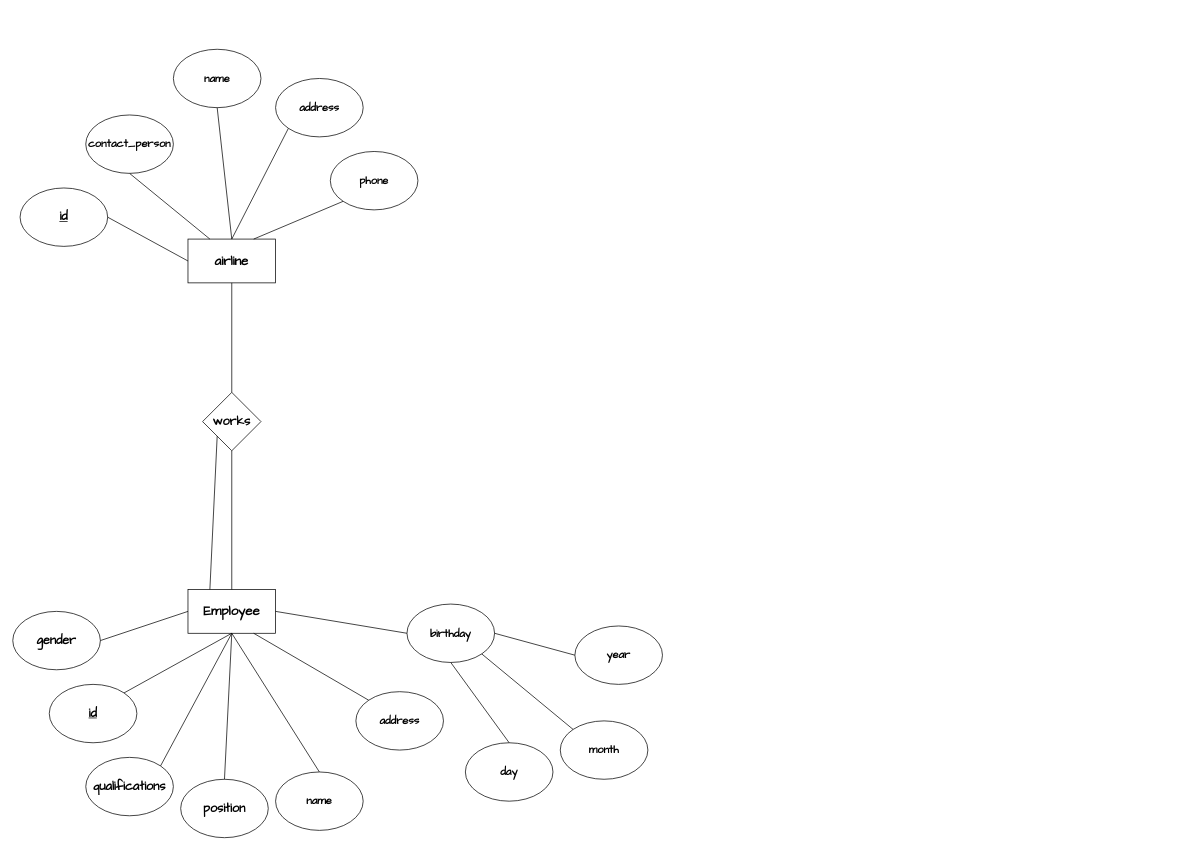
Above: Erd5.drawio in you22ef/ERDs (draw.io), before the change. Source tidied: cells renumbered, new cells numbered last; positions are measured from the earlier drawing's top-left corner, leaving out a move shared by most shapes. Both pictures are drawn from the tidied source at 73%, with x=0, y=0 at pixel (12, 49).
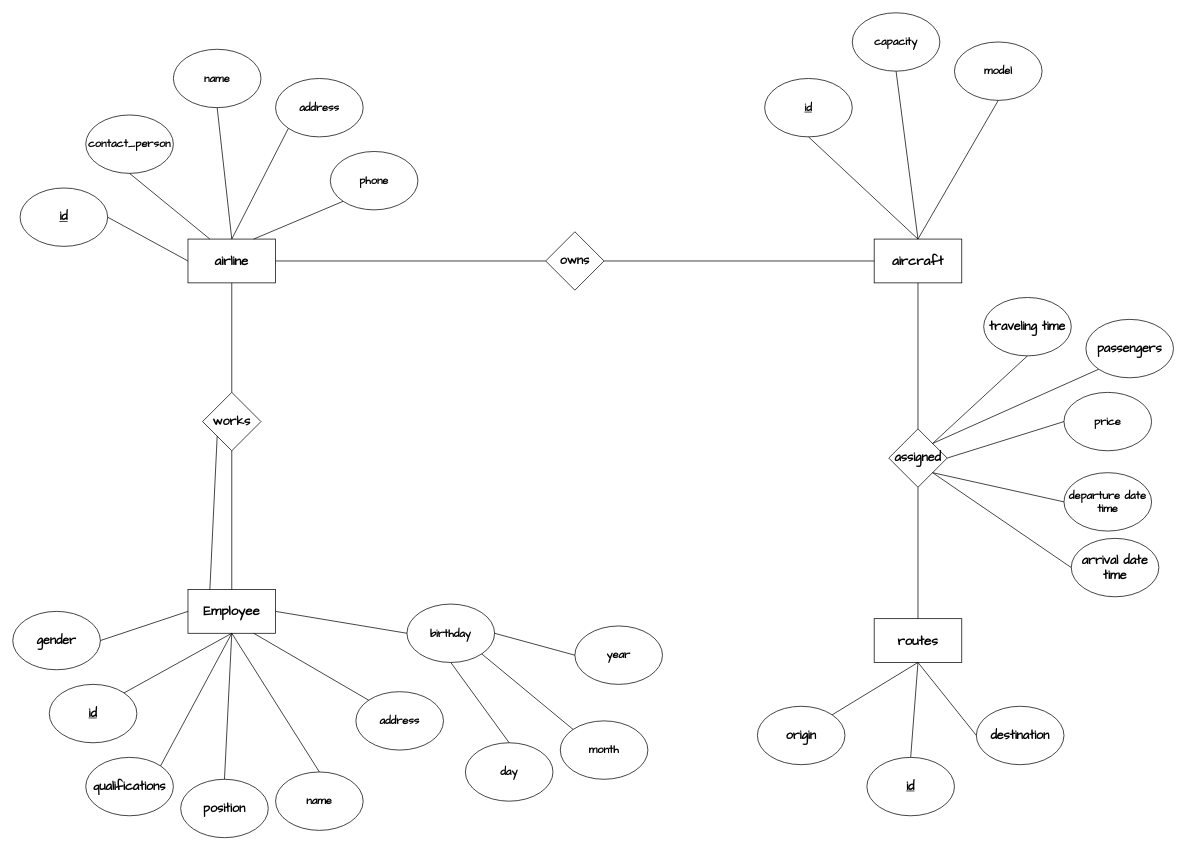
The same page after the edit.

Unchanged cells that the change refers to:
```xml
<mxCell id="2" value="&lt;font size=&quot;1&quot; face=&quot;Architects Daughter&quot; style=&quot;&quot;&gt;&lt;b style=&quot;font-size: 18px;&quot;&gt;airline&lt;/b&gt;&lt;/font&gt;" style="rounded=0;whiteSpace=wrap;html=1;" parent="1" vertex="1">
  <mxGeometry x="240" y="260" width="120" height="60" as="geometry" />
</mxCell>
```

What changed in the source:
```diff
@@
+    <mxCell id="38" value="&lt;font size=&quot;1&quot; face=&quot;Architects Daughter&quot; style=&quot;&quot;&gt;&lt;b style=&quot;font-size: 18px;&quot;&gt;aircraft&lt;/b&gt;&lt;/font&gt;" style="rounded=0;whiteSpace=wrap;html=1;" parent="1" vertex="1">
+      <mxGeometry x="1180" y="260" width="120" height="60" as="geometry" />
+    </mxCell>
+    <mxCell id="39" value="&lt;font style=&quot;font-size: 15px;&quot; face=&quot;Architects Daughter&quot;&gt;&lt;b&gt;&lt;u&gt;id&lt;/u&gt;&lt;/b&gt;&lt;/font&gt;" style="ellipse;whiteSpace=wrap;html=1;" parent="1" vertex="1">
+      <mxGeometry x="1030" y="40" width="120" height="80" as="geometry" />
+    </mxCell>
+    <mxCell id="40" value="&lt;font style=&quot;font-size: 15px;&quot; face=&quot;Architects Daughter&quot;&gt;&lt;b&gt;capacity&lt;/b&gt;&lt;/font&gt;" style="ellipse;whiteSpace=wrap;html=1;" parent="1" vertex="1">
+      <mxGeometry x="1150" y="-50" width="120" height="80" as="geometry" />
+    </mxCell>
+    <mxCell id="41" value="&lt;font style=&quot;font-size: 15px;&quot; face=&quot;Architects Daughter&quot;&gt;&lt;b&gt;model&lt;/b&gt;&lt;/font&gt;" style="ellipse;whiteSpace=wrap;html=1;" parent="1" vertex="1">
+      <mxGeometry x="1290" y="-10" width="120" height="80" as="geometry" />
+    </mxCell>
+    <mxCell id="42" style="endArrow=none;html=1;rounded=0;entryX=0.5;entryY=1;entryDx=0;entryDy=0;exitX=0.5;exitY=0;exitDx=0;exitDy=0;" parent="1" edge="1" source="38" target="39">
+      <mxGeometry relative="1" as="geometry" />
+    </mxCell>
+    <mxCell id="43" style="endArrow=none;html=1;rounded=0;entryX=0.5;entryY=1;entryDx=0;entryDy=0;exitX=0.5;exitY=0;exitDx=0;exitDy=0;" parent="1" edge="1" source="38" target="40">
+      <mxGeometry relative="1" as="geometry" />
+    </mxCell>
+    <mxCell id="44" style="endArrow=none;html=1;rounded=0;exitX=0.5;exitY=0;exitDx=0;exitDy=0;entryX=0.5;entryY=1;entryDx=0;entryDy=0;" parent="1" edge="1" source="38" target="41">
+      <mxGeometry relative="1" as="geometry" />
+    </mxCell>
+    <mxCell id="45" value="&lt;font face=&quot;Architects Daughter&quot; style=&quot;font-size: 17px;&quot;&gt;&lt;b&gt;owns&lt;/b&gt;&lt;/font&gt;" style="rhombus;whiteSpace=wrap;html=1;" parent="1" vertex="1">
+      <mxGeometry x="730" y="250" width="80" height="80" as="geometry" />
+    </mxCell>
+    <mxCell id="46" style="endArrow=none;html=1;rounded=0;entryX=0;entryY=0.5;entryDx=0;entryDy=0;exitX=1;exitY=0.5;exitDx=0;exitDy=0;" parent="1" edge="1" source="2" target="45">
+      <mxGeometry relative="1" as="geometry" />
+    </mxCell>
+    <mxCell id="47" style="endArrow=none;html=1;rounded=0;entryX=0;entryY=0.5;entryDx=0;entryDy=0;exitX=1;exitY=0.5;exitDx=0;exitDy=0;" parent="1" edge="1" source="45" target="38">
+      <mxGeometry relative="1" as="geometry" />
+    </mxCell>
+    <mxCell id="48" value="&lt;font size=&quot;1&quot; face=&quot;Architects Daughter&quot; style=&quot;&quot;&gt;&lt;b style=&quot;font-size: 18px;&quot;&gt;routes&lt;/b&gt;&lt;/font&gt;" style="rounded=0;whiteSpace=wrap;html=1;" parent="1" vertex="1">
+      <mxGeometry x="1180" y="780" width="120" height="60" as="geometry" />
+    </mxCell>
+    <mxCell id="49" value="&lt;font face=&quot;Architects Daughter&quot; style=&quot;font-size: 17px;&quot;&gt;&lt;b&gt;assigned&lt;/b&gt;&lt;/font&gt;" style="rhombus;whiteSpace=wrap;html=1;" parent="1" vertex="1">
+      <mxGeometry x="1200" y="520" width="80" height="80" as="geometry" />
+    </mxCell>
+    <mxCell id="50" style="endArrow=none;html=1;rounded=0;entryX=0.5;entryY=1;entryDx=0;entryDy=0;exitX=0.5;exitY=0;exitDx=0;exitDy=0;" parent="1" edge="1" source="49" target="38">
+      <mxGeometry relative="1" as="geometry" />
+    </mxCell>
+    <mxCell id="51" style="endArrow=none;html=1;rounded=0;entryX=0.5;entryY=1;entryDx=0;entryDy=0;exitX=0.5;exitY=0;exitDx=0;exitDy=0;" parent="1" edge="1" source="48" target="49">
+      <mxGeometry relative="1" as="geometry" />
+    </mxCell>
+    <mxCell id="52" value="&lt;font face=&quot;Architects Daughter&quot; style=&quot;font-size: 17px;&quot;&gt;&lt;b&gt;passengers&lt;/b&gt;&lt;/font&gt;" style="ellipse;whiteSpace=wrap;html=1;" parent="1" vertex="1">
+      <mxGeometry x="1470" y="370" width="120" height="80" as="geometry" />
+    </mxCell>
+    <mxCell id="53" value="&lt;font style=&quot;font-size: 15px;&quot; face=&quot;Architects Daughter&quot;&gt;&lt;b&gt;price&lt;/b&gt;&lt;/font&gt;" style="ellipse;whiteSpace=wrap;html=1;" parent="1" vertex="1">
+      <mxGeometry x="1440" y="470" width="120" height="80" as="geometry" />
+    </mxCell>
+    <mxCell id="54" value="&lt;font face=&quot;Architects Daughter&quot;&gt;&lt;span style=&quot;font-size: 15px;&quot;&gt;&lt;b&gt;departure date time&lt;/b&gt;&lt;/span&gt;&lt;/font&gt;" style="ellipse;whiteSpace=wrap;html=1;" parent="1" vertex="1">
+      <mxGeometry x="1440" y="580" width="120" height="80" as="geometry" />
+    </mxCell>
+    <mxCell id="55" value="&lt;span id=&quot;docs-internal-guid-20065bb7-7fff-2f70-83fb-76d57429f38e&quot;&gt;&lt;span style=&quot;background-color: transparent; font-variant-numeric: normal; font-variant-east-asian: normal; font-variant-alternates: normal; font-variant-position: normal; vertical-align: baseline; white-space-collapse: preserve;&quot;&gt;&lt;font face=&quot;Architects Daughter&quot; style=&quot;font-size: 17px;&quot;&gt;&lt;b&gt;arrival date time&lt;/b&gt;&lt;/font&gt;&lt;/span&gt;&lt;/span&gt;" style="ellipse;whiteSpace=wrap;html=1;" parent="1" vertex="1">
+      <mxGeometry x="1450" y="670" width="120" height="80" as="geometry" />
+    </mxCell>
+    <mxCell id="56" value="&lt;span id=&quot;docs-internal-guid-20065bb7-7fff-2f70-83fb-76d57429f38e&quot;&gt;&lt;span style=&quot;background-color: transparent; font-variant-numeric: normal; font-variant-east-asian: normal; font-variant-alternates: normal; font-variant-position: normal; vertical-align: baseline; white-space-collapse: preserve;&quot;&gt;&lt;font face=&quot;Architects Daughter&quot; style=&quot;font-size: 17px;&quot;&gt;&lt;b&gt;traveling time&lt;/b&gt;&lt;/font&gt;&lt;/span&gt;&lt;/span&gt;" style="ellipse;whiteSpace=wrap;html=1;" parent="1" vertex="1">
+      <mxGeometry x="1330" y="340" width="120" height="80" as="geometry" />
+    </mxCell>
+    <mxCell id="57" style="endArrow=none;html=1;rounded=0;entryX=1;entryY=0;entryDx=0;entryDy=0;exitX=0;exitY=1;exitDx=0;exitDy=0;" parent="1" edge="1" source="52" target="49">
+      <mxGeometry relative="1" as="geometry" />
+    </mxCell>
+    <mxCell id="58" style="endArrow=none;html=1;rounded=0;entryX=1;entryY=0.5;entryDx=0;entryDy=0;exitX=0;exitY=0.5;exitDx=0;exitDy=0;" parent="1" edge="1" source="53" target="49">
+      <mxGeometry relative="1" as="geometry" />
+    </mxCell>
+    <mxCell id="59" style="endArrow=none;html=1;rounded=0;entryX=1;entryY=1;entryDx=0;entryDy=0;exitX=0;exitY=0.5;exitDx=0;exitDy=0;" parent="1" edge="1" source="54" target="49">
+      <mxGeometry relative="1" as="geometry" />
+    </mxCell>
+    <mxCell id="60" style="endArrow=none;html=1;rounded=0;entryX=1;entryY=1;entryDx=0;entryDy=0;exitX=0;exitY=0.5;exitDx=0;exitDy=0;" parent="1" edge="1" source="55" target="49">
+      <mxGeometry relative="1" as="geometry" />
+    </mxCell>
+    <mxCell id="61" style="endArrow=none;html=1;rounded=0;entryX=1;entryY=0;entryDx=0;entryDy=0;exitX=0.5;exitY=1;exitDx=0;exitDy=0;" parent="1" edge="1" source="56" target="49">
+      <mxGeometry relative="1" as="geometry" />
+    </mxCell>
+    <mxCell id="62" value="&lt;font face=&quot;Architects Daughter&quot; style=&quot;font-size: 17px;&quot;&gt;&lt;b&gt;&lt;u&gt;id&lt;/u&gt;&lt;/b&gt;&lt;/font&gt;" style="ellipse;whiteSpace=wrap;html=1;" parent="1" vertex="1">
+      <mxGeometry x="1170" y="970" width="120" height="80" as="geometry" />
+    </mxCell>
+    <mxCell id="63" value="&lt;font face=&quot;Architects Daughter&quot; style=&quot;font-size: 17px;&quot;&gt;&lt;b&gt;origin&lt;/b&gt;&lt;/font&gt;" style="ellipse;whiteSpace=wrap;html=1;" parent="1" vertex="1">
+      <mxGeometry x="1020" y="900" width="120" height="80" as="geometry" />
+    </mxCell>
+    <mxCell id="64" value="&lt;font face=&quot;Architects Daughter&quot; style=&quot;font-size: 17px;&quot;&gt;&lt;b&gt;destination&lt;/b&gt;&lt;/font&gt;" style="ellipse;whiteSpace=wrap;html=1;" parent="1" vertex="1">
+      <mxGeometry x="1320" y="900" width="120" height="80" as="geometry" />
+    </mxCell>
+    <mxCell id="65" style="endArrow=none;html=1;rounded=0;entryX=0.5;entryY=1;entryDx=0;entryDy=0;exitX=1;exitY=0;exitDx=0;exitDy=0;" parent="1" edge="1" source="63" target="48">
+      <mxGeometry relative="1" as="geometry" />
+    </mxCell>
+    <mxCell id="66" style="endArrow=none;html=1;rounded=0;entryX=0.5;entryY=1;entryDx=0;entryDy=0;exitX=0.5;exitY=0;exitDx=0;exitDy=0;" parent="1" edge="1" source="62" target="48">
+      <mxGeometry relative="1" as="geometry" />
+    </mxCell>
+    <mxCell id="67" style="endArrow=none;html=1;rounded=0;entryX=0.5;entryY=1;entryDx=0;entryDy=0;exitX=0;exitY=0.5;exitDx=0;exitDy=0;" parent="1" edge="1" source="64" target="48">
+      <mxGeometry relative="1" as="geometry" />
+    </mxCell>
```
